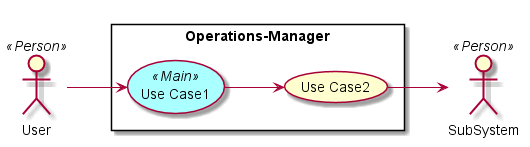
Above: docs/Solution/Operations-Manager/UseCases.png in CAADE/C3 (PlantUML), before the change.
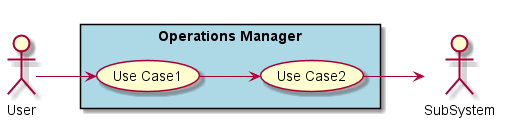
The same diagram one commit later.

Diff of the diagram source:
```diff
@@ -2,22 +2,17 @@
 
 left to right direction
 
-skinparam usecase {
-  BackgroudnColor #ffffaa
-  BackgroundColor<<Main>> #aaffff
-}
-actor :User: <<Person>>
-actor :SubSystem: <<Person>>
+actor :User:
+actor :SubSystem:
 
 
-rectangle "Operations-Manager" {
-UseCase UC1 <<Main>> as "Use Case1"
-UseCase UC2  as "Use Case2"
+rectangle "Operations Manager" #lightblue {
+    UseCase UC1 as "Use Case1"
+    UseCase UC2 as "Use Case2"
 
-
-User --> UC1
-UC1 --> UC2
-UC2 --> SubSystem
+    User --> UC1
+    UC1 --> UC2
+    UC2 --> SubSystem
 }
 
 @enduml
```
